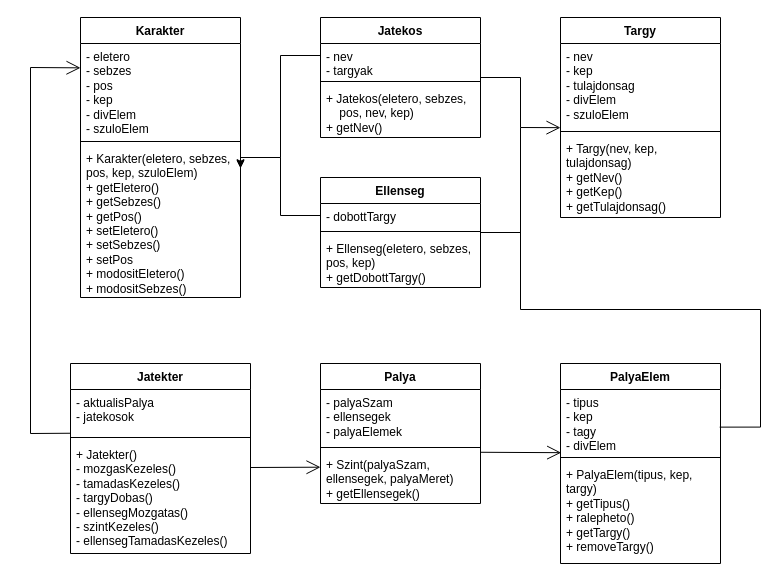
This is Dokumentumok/Jatek-Osztalyok.drawio from Ez-meg-egyes/Multiplayer-jatek, a draw.io file, before an edit. Source tidied: cells renumbered, new cells numbered last; positions are measured from the earlier drawing's top-left corner, leaving out a move shared by most shapes. Both pictures are drawn from the tidied source at 100%, with x=0, y=0 at pixel (30, 17).
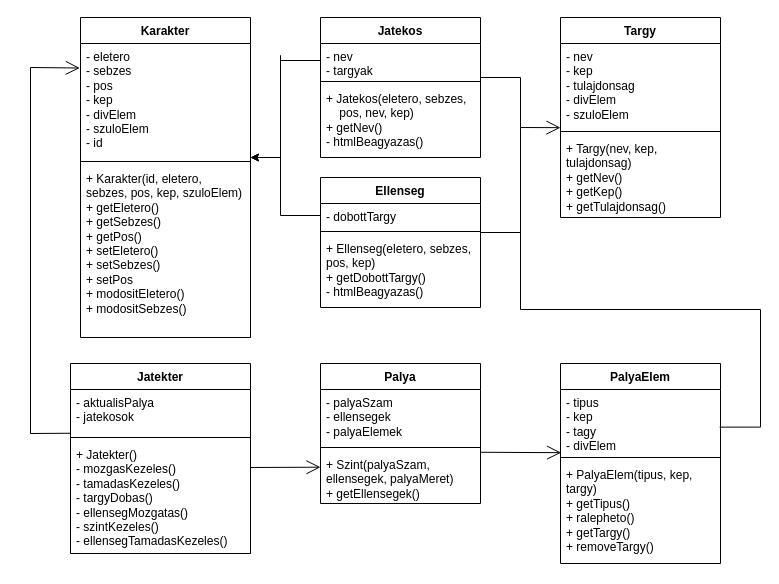
The same diagram, later.

Unchanged cells that the change refers to:
```xml
<mxCell id="13" value="- dobottTargy" style="text;strokeColor=none;fillColor=none;align=left;verticalAlign=top;spacingLeft=4;spacingRight=4;overflow=hidden;points=[[0,0.5],[1,0.5]];portConstraint=eastwest;whiteSpace=wrap;html=1;" parent="12" vertex="1">
  <mxGeometry y="26" width="160" height="24" as="geometry" />
</mxCell>
<mxCell id="17" value="- nev&lt;br&gt;- targyak" style="text;strokeColor=none;fillColor=none;align=left;verticalAlign=top;spacingLeft=4;spacingRight=4;overflow=hidden;points=[[0,0.5],[1,0.5]];portConstraint=eastwest;whiteSpace=wrap;html=1;" parent="16" vertex="1">
  <mxGeometry y="26" width="160" height="34" as="geometry" />
</mxCell>
<mxCell id="21" value="- aktualisPalya&lt;br&gt;- jatekosok" style="text;strokeColor=none;fillColor=none;align=left;verticalAlign=top;spacingLeft=4;spacingRight=4;overflow=hidden;points=[[0,0.5],[1,0.5]];portConstraint=eastwest;whiteSpace=wrap;html=1;" parent="20" vertex="1">
  <mxGeometry y="26" width="180" height="44" as="geometry" />
</mxCell>
```

The edit, as a diff of the source:
```diff
@@
-    <mxCell id="11" style="edgeStyle=orthogonalEdgeStyle;rounded=0;jettySize=auto;html=1;exitX=0;exitY=0.5;exitDx=0;exitDy=0;entryX=1;entryY=0.146;entryDx=0;entryDy=0;entryPerimeter=0;" parent="1" edge="1" source="13" target="27">
+    <mxCell id="11" style="edgeStyle=orthogonalEdgeStyle;rounded=0;jettySize=auto;html=1;exitX=0;exitY=0.5;exitDx=0;exitDy=0;" parent="1" edge="1" source="13">
       <mxGeometry relative="1" as="geometry">
+        <mxPoint x="220" y="140" as="targetPoint" />
         <Array as="points">
           <mxPoint x="250" y="198" />
           <mxPoint x="250" y="140" />
         </Array>
       </mxGeometry>
     </mxCell>
     <mxCell id="12" value="Ellenseg" style="swimlane;fontStyle=1;align=center;verticalAlign=top;horizontal=1;startSize=26;whiteSpace=wrap;html=1;" parent="1" vertex="1">
-      <mxGeometry x="290" y="160" width="160" height="110" as="geometry" />
+      <mxGeometry x="290" y="160" width="160" height="130" as="geometry" />
     </mxCell>
@@
-    <mxCell id="15" value="+ Ellenseg(eletero, sebzes, pos, kep)&lt;br&gt;+ getDobottTargy()" style="text;strokeColor=none;fillColor=none;align=left;verticalAlign=top;spacingLeft=4;spacingRight=4;overflow=hidden;whiteSpace=wrap;html=1;" parent="12" vertex="1">
-      <mxGeometry y="58" width="160" height="52" as="geometry" />
+    <mxCell id="15" value="+ Ellenseg(eletero, sebzes, pos, kep)&lt;br&gt;+ getDobottTargy()&lt;br&gt;- htmlBeagyazas()" style="text;strokeColor=none;fillColor=none;align=left;verticalAlign=top;spacingLeft=4;spacingRight=4;overflow=hidden;whiteSpace=wrap;html=1;" parent="12" vertex="1">
+      <mxGeometry y="58" width="160" height="72" as="geometry" />
     </mxCell>
     <mxCell id="16" value="Jatekos" style="swimlane;fontStyle=1;align=center;verticalAlign=top;horizontal=1;startSize=26;whiteSpace=wrap;html=1;" parent="1" vertex="1">
-      <mxGeometry x="290" width="160" height="120" as="geometry" />
+      <mxGeometry x="290" width="160" height="140" as="geometry" />
     </mxCell>
@@
-    <mxCell id="19" value="+ Jatekos(eletero, sebzes, &lt;br&gt;&lt;span style=&quot;&quot;&gt;&lt;span style=&quot;&quot;&gt;&amp;nbsp;&amp;nbsp;&amp;nbsp;&amp;nbsp;&lt;/span&gt;&lt;/span&gt;pos, nev, kep)&lt;br&gt;+ getNev()" style="text;strokeColor=none;fillColor=none;align=left;verticalAlign=top;spacingLeft=4;spacingRight=4;overflow=hidden;whiteSpace=wrap;html=1;" parent="16" vertex="1">
-      <mxGeometry y="68" width="160" height="52" as="geometry" />
+    <mxCell id="19" value="+ Jatekos(eletero, sebzes, &lt;br&gt;&lt;span style=&quot;&quot;&gt;&lt;span style=&quot;&quot;&gt;&amp;nbsp;&amp;nbsp;&amp;nbsp;&amp;nbsp;&lt;/span&gt;&lt;/span&gt;pos, nev, kep)&lt;br&gt;+ getNev()&lt;br&gt;- htmlBeagyazas()" style="text;strokeColor=none;fillColor=none;align=left;verticalAlign=top;spacingLeft=4;spacingRight=4;overflow=hidden;whiteSpace=wrap;html=1;" parent="16" vertex="1">
+      <mxGeometry y="68" width="160" height="72" as="geometry" />
     </mxCell>
@@
     <mxCell id="24" value="Karakter" style="swimlane;fontStyle=1;align=center;verticalAlign=top;horizontal=1;startSize=26;whiteSpace=wrap;html=1;" parent="1" vertex="1">
-      <mxGeometry x="50" width="160" height="280" as="geometry" />
+      <mxGeometry x="50" width="170" height="320" as="geometry" />
     </mxCell>
-    <mxCell id="25" value="- eletero&lt;br&gt;- sebzes&lt;br&gt;- pos&lt;br&gt;- kep&lt;br&gt;- divElem&lt;br&gt;- szuloElem" style="text;strokeColor=none;fillColor=none;align=left;verticalAlign=top;spacingLeft=4;spacingRight=4;overflow=hidden;points=[[0,0.5],[1,0.5]];portConstraint=eastwest;whiteSpace=wrap;html=1;" parent="24" vertex="1">
-      <mxGeometry y="26" width="160" height="94" as="geometry" />
+    <mxCell id="25" value="- eletero&lt;br&gt;- sebzes&lt;br&gt;- pos&lt;br&gt;- kep&lt;br&gt;- divElem&lt;br&gt;- szuloElem&lt;br&gt;- id" style="text;strokeColor=none;fillColor=none;align=left;verticalAlign=top;spacingLeft=4;spacingRight=4;overflow=hidden;points=[[0,0.5],[1,0.5]];portConstraint=eastwest;whiteSpace=wrap;html=1;" parent="24" vertex="1">
+      <mxGeometry y="26" width="170" height="114" as="geometry" />
     </mxCell>
     <mxCell id="26" style="line;strokeWidth=1;fillColor=none;align=left;verticalAlign=middle;spacingTop=-1;spacingLeft=3;spacingRight=3;labelPosition=right;strokeColor=inherit;" parent="24" vertex="1">
-      <mxGeometry y="120" width="160" height="8" as="geometry" />
+      <mxGeometry y="140" width="170" height="8" as="geometry" />
     </mxCell>
-    <mxCell id="27" value="+ Karakter(eletero, sebzes, pos, kep, szuloElem)&lt;br&gt;+ getEletero()&lt;br&gt;+ getSebzes()&lt;br&gt;+ getPos()&lt;br&gt;+ setEletero()&lt;br&gt;+ setSebzes()&lt;br&gt;+ setPos&lt;br&gt;+ modositEletero()&lt;br&gt;+ modositSebzes()" style="text;strokeColor=none;fillColor=none;align=left;verticalAlign=top;spacingLeft=4;spacingRight=4;overflow=hidden;points=[[0,0.5],[1,0.5]];portConstraint=eastwest;whiteSpace=wrap;html=1;" parent="24" vertex="1">
-      <mxGeometry y="128" width="160" height="152" as="geometry" />
+    <mxCell id="27" value="+ Karakter(id, eletero, sebzes, pos, kep, szuloElem)&lt;br&gt;+ getEletero()&lt;br&gt;+ getSebzes()&lt;br&gt;+ getPos()&lt;br&gt;+ setEletero()&lt;br&gt;+ setSebzes()&lt;br&gt;+ setPos&lt;br&gt;+ modositEletero()&lt;br&gt;+ modositSebzes()" style="text;strokeColor=none;fillColor=none;align=left;verticalAlign=top;spacingLeft=4;spacingRight=4;overflow=hidden;points=[[0,0.5],[1,0.5]];portConstraint=eastwest;whiteSpace=wrap;html=1;" parent="24" vertex="1">
+      <mxGeometry y="148" width="170" height="172" as="geometry" />
     </mxCell>
@@
-    <mxCell id="32" style="edgeStyle=orthogonalEdgeStyle;rounded=0;jettySize=auto;html=1;exitX=0;exitY=0.5;exitDx=0;exitDy=0;entryX=1;entryY=0.151;entryDx=0;entryDy=0;entryPerimeter=0;" parent="1" edge="1" source="17" target="27">
+    <mxCell id="32" style="edgeStyle=orthogonalEdgeStyle;rounded=0;jettySize=auto;html=1;exitX=0;exitY=0.5;exitDx=0;exitDy=0;" parent="1" edge="1" source="17">
       <mxGeometry relative="1" as="geometry">
+        <mxPoint x="220" y="140" as="targetPoint" />
         <Array as="points">
           <mxPoint x="250" y="38" />
           <mxPoint x="250" y="140" />
           <mxPoint x="210" y="140" />
         </Array>
       </mxGeometry>
     </mxCell>
@@
-    <mxCell id="37" style="endArrow=open;endFill=1;endSize=12;html=1;rounded=0;exitX=0.002;exitY=0.994;exitDx=0;exitDy=0;exitPerimeter=0;entryX=0;entryY=0.259;entryDx=0;entryDy=0;entryPerimeter=0;" parent="1" edge="1" source="21" target="25">
+    <mxCell id="37" style="endArrow=open;endFill=1;endSize=12;html=1;rounded=0;exitX=0.002;exitY=0.994;exitDx=0;exitDy=0;exitPerimeter=0;entryX=-0.004;entryY=0.215;entryDx=0;entryDy=0;entryPerimeter=0;" parent="1" edge="1" source="21" target="25">
       <mxGeometry relative="1" as="geometry">
         <Array as="points">
           <mxPoint y="416" />
           <mxPoint y="50" />
         </Array>
       </mxGeometry>
     </mxCell>
```
